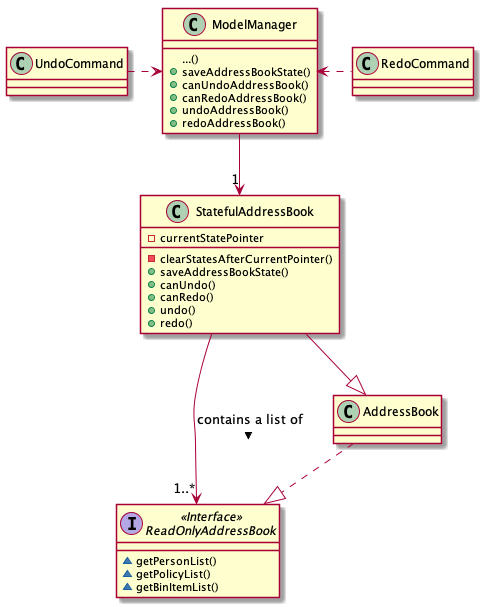
Earlier version of the PlantUML export docs/images/UndoRedoClassDiagram.png (nus-cs2103-AY1920S1/addressbook-level3). Source of this version:
```plantuml
@startuml

Interface ReadOnlyAddressBook <<Interface>>
ReadOnlyAddressBook : ~getPersonList()
ReadOnlyAddressBook : ~getPolicyList()
ReadOnlyAddressBook : ~getBinItemList()

class AddressBook
AddressBook ..|> ReadOnlyAddressBook

class StatefulAddressBook
StatefulAddressBook --|> AddressBook
StatefulAddressBook --> "1..*" ReadOnlyAddressBook : contains a list of >
StatefulAddressBook : -currentStatePointer
StatefulAddressBook : -clearStatesAfterCurrentPointer()
StatefulAddressBook : +saveAddressBookState()
StatefulAddressBook : +canUndo()
StatefulAddressBook : +canRedo()
StatefulAddressBook : +undo()
StatefulAddressBook : +redo()

class ModelManager
ModelManager --> "1" StatefulAddressBook
ModelManager : ...()
ModelManager : +saveAddressBookState()
ModelManager : +canUndoAddressBook()
ModelManager : +canRedoAddressBook()
ModelManager : +undoAddressBook()
ModelManager : +redoAddressBook()

class UndoCommand
UndoCommand .right.> ModelManager

class RedoCommand
RedoCommand .left.> ModelManager

@enduml
```
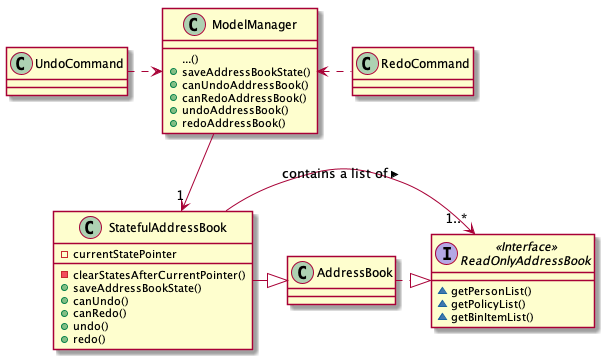
Above is the later version.

What changed in the source:
```diff
@@ -6,11 +6,12 @@
 ReadOnlyAddressBook : ~getBinItemList()
 
 class AddressBook
-AddressBook ..|> ReadOnlyAddressBook
+AddressBook .right.|> ReadOnlyAddressBook
 
 class StatefulAddressBook
-StatefulAddressBook --|> AddressBook
-StatefulAddressBook --> "1..*" ReadOnlyAddressBook : contains a list of >
+StatefulAddressBook .up[hidden].>UndoCommand
+StatefulAddressBook -right-|> AddressBook
+StatefulAddressBook -right-> "1..*" ReadOnlyAddressBook : contains a list of >
 StatefulAddressBook : -currentStatePointer
 StatefulAddressBook : -clearStatesAfterCurrentPointer()
 StatefulAddressBook : +saveAddressBookState()
```
